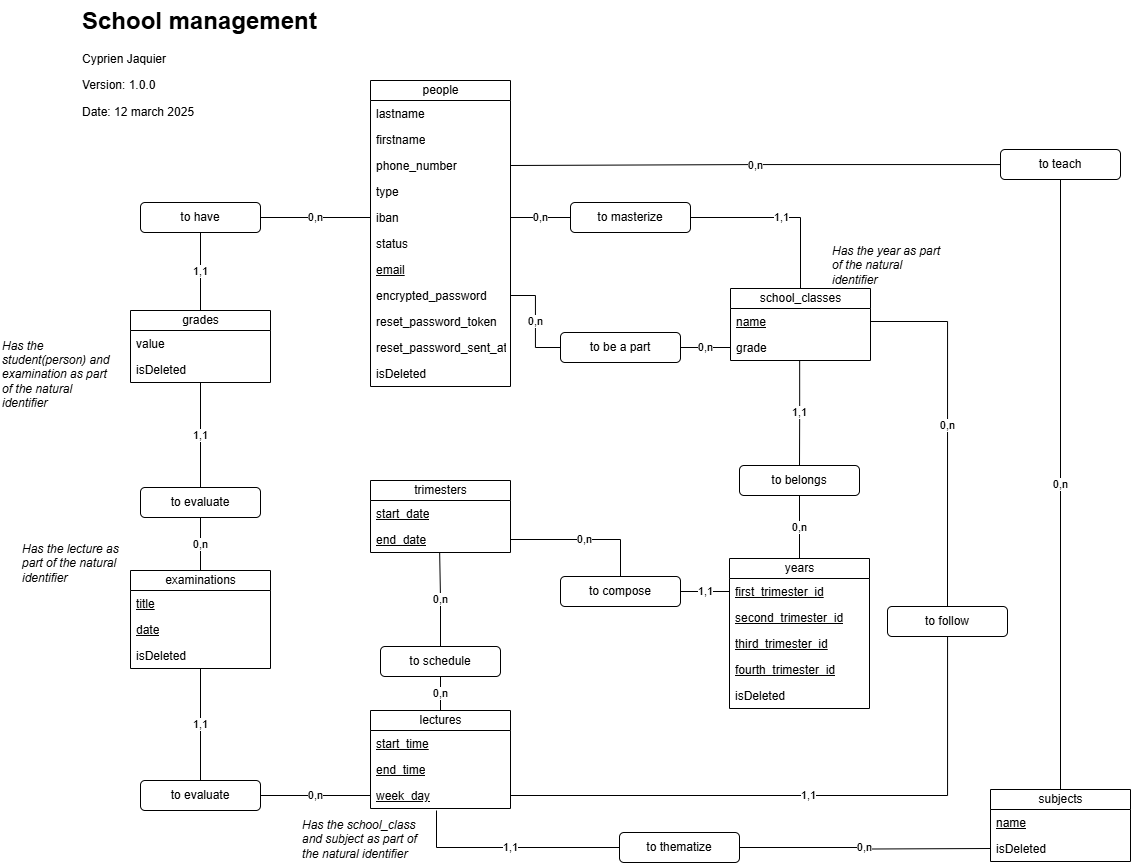
Before: doc/CURRENT_DB/MCD.png, a diagram exported from draw.io (Cyprien-png/ROR-School-management). Source tidied: cells renumbered, new cells last; positions are measured from the earlier drawing's top-left corner, leaving out a move shared by most shapes.
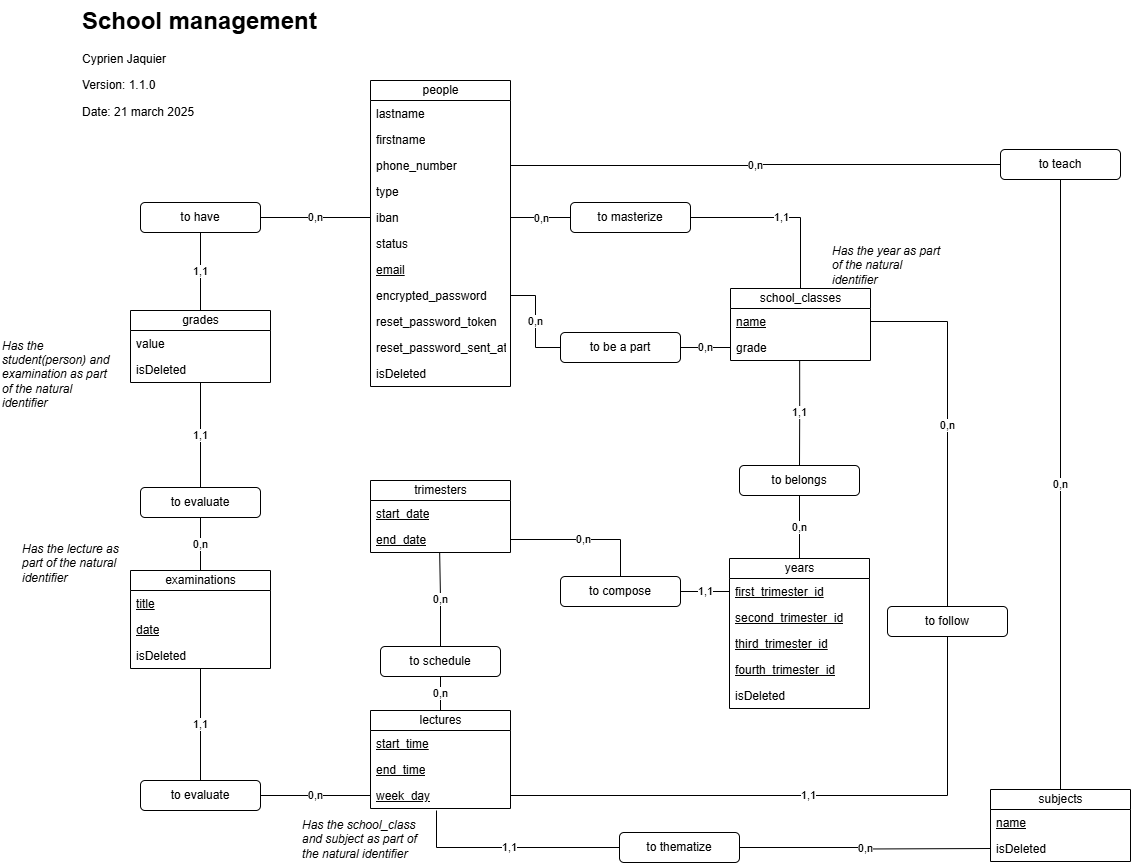
After the commit.

Change to the diagram source:
```diff
@@ -226,7 +226,7 @@
     <mxCell id="72" value="0,n" style="edgeStyle=orthogonalEdgeStyle;rounded=0;jettySize=auto;html=1;entryX=0.5;entryY=0;entryDx=0;entryDy=0;endArrow=none;startFill=0;" parent="1" edge="1" source="28" target="71">
       <mxGeometry relative="1" as="geometry" />
     </mxCell>
-    <mxCell id="73" value="&lt;h1 style=&quot;margin-top: 0px;&quot;&gt;School management&lt;/h1&gt;&lt;p&gt;Cyprien Jaquier&lt;/p&gt;&lt;p&gt;Version: 1.0.0&lt;/p&gt;&lt;p&gt;Date: 12 march 2025&lt;/p&gt;" style="text;html=1;whiteSpace=wrap;overflow=hidden;rounded=0;" parent="1" vertex="1">
+    <mxCell id="73" value="&lt;h1 style=&quot;margin-top: 0px;&quot;&gt;School management&lt;/h1&gt;&lt;p&gt;Cyprien Jaquier&lt;/p&gt;&lt;p&gt;Version: 1.1.0&lt;/p&gt;&lt;p&gt;Date: 21 march 2025&lt;/p&gt;" style="text;html=1;whiteSpace=wrap;overflow=hidden;rounded=0;" parent="1" vertex="1">
       <mxGeometry x="80" width="260" height="120" as="geometry" />
     </mxCell>
     <mxCell id="74" value="Has the lecture as part of the natural identifier" style="text;html=1;align=left;verticalAlign=middle;whiteSpace=wrap;rounded=0;fontStyle=2;" parent="1" vertex="1">
```
